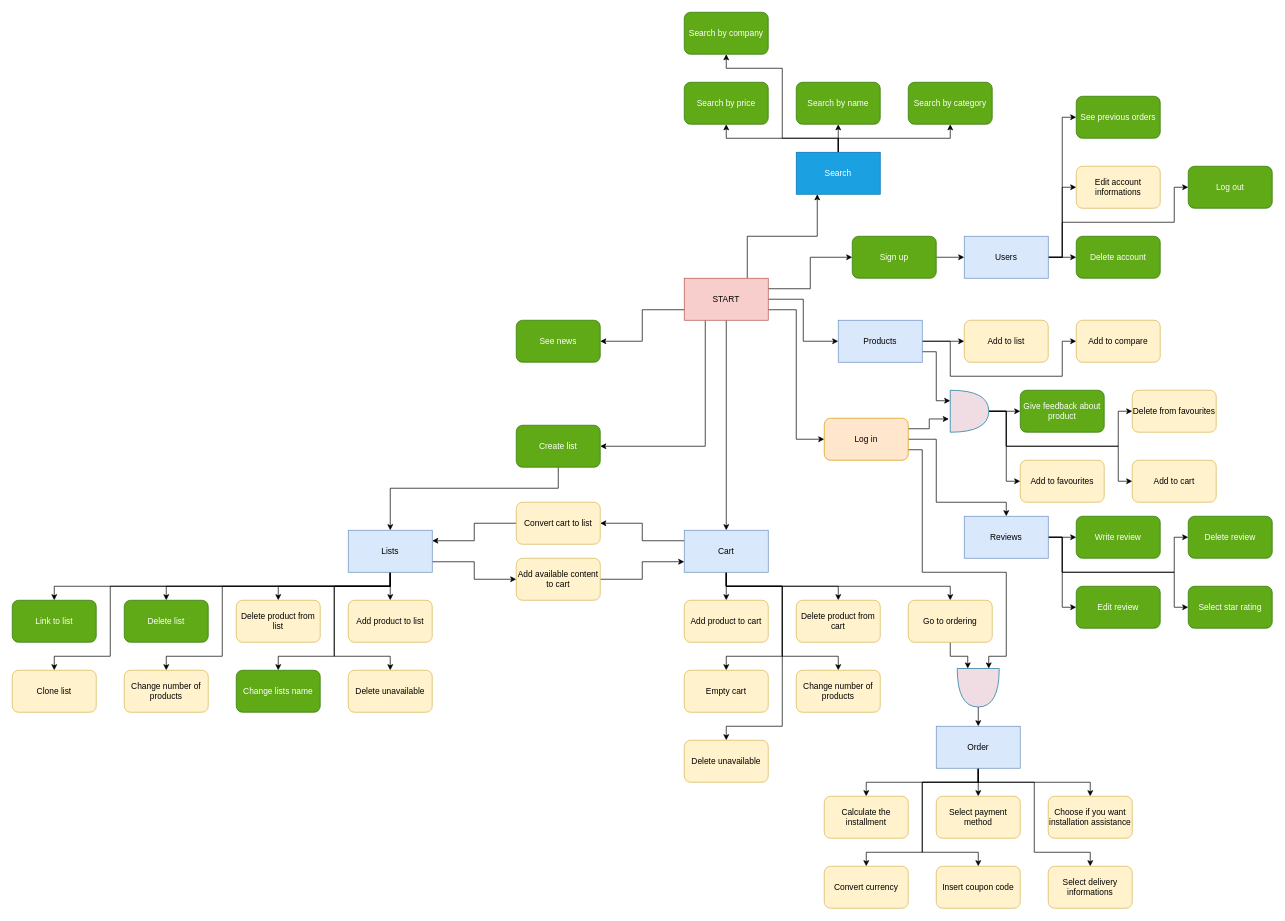
Above: Documentation/DrawioFiles/functionalitiesSchema.drawio in Rumi152/X-KOMdb (draw.io), before the change. Source tidied: cells renumbered, new cells numbered last; positions are measured from the earlier drawing's top-left corner, leaving out a move shared by most shapes. Both pictures are drawn from the tidied source at 70%, with x=0, y=0 at pixel (12, 12).
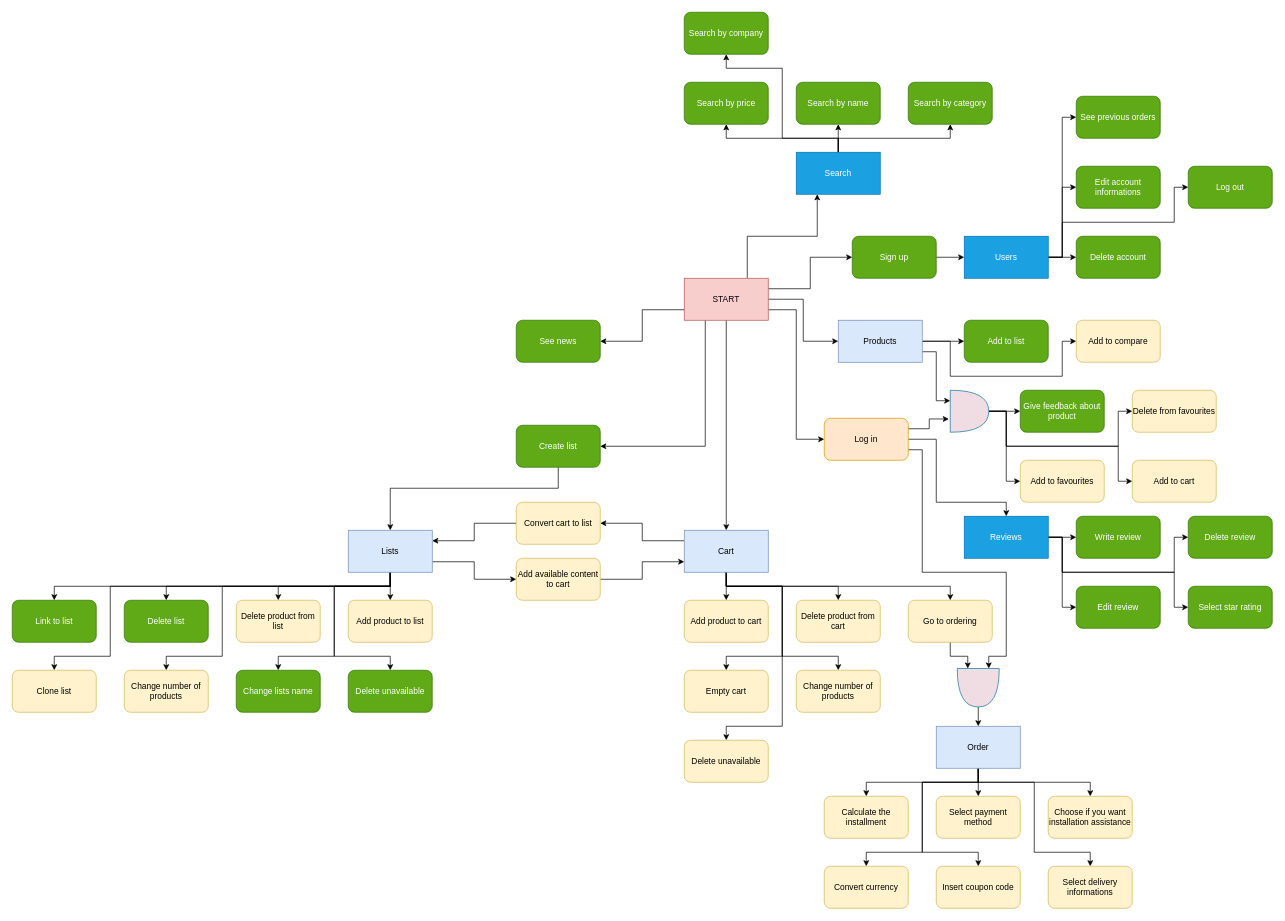
The same diagram, later.

Commit message (it also covers changes not shown here):
added editing user data

The edit, as a diff of the source:
```diff
@@
-    <mxCell id="49" value="Reviews" style="rounded=0;whiteSpace=wrap;html=1;fillColor=#dae8fc;strokeColor=#6c8ebf;fontColor=#000000;" parent="1" vertex="1">
+    <mxCell id="49" value="Reviews" style="rounded=0;whiteSpace=wrap;html=1;fillColor=#1ba1e2;strokeColor=#006EAF;fontColor=#ffffff;" parent="1" vertex="1">
       <mxGeometry x="1360" y="720" width="120" height="60" as="geometry" />
     </mxCell>
@@
-    <mxCell id="78" value="Users" style="rounded=0;whiteSpace=wrap;html=1;strokeColor=#6c8ebf;fontFamily=Helvetica;fontSize=12;fillColor=#dae8fc;fontColor=#000000;" parent="1" vertex="1">
+    <mxCell id="78" value="Users" style="rounded=0;whiteSpace=wrap;html=1;strokeColor=#006EAF;fontFamily=Helvetica;fontSize=12;fillColor=#1ba1e2;fontColor=#ffffff;" parent="1" vertex="1">
       <mxGeometry x="1360" y="320" width="120" height="60" as="geometry" />
     </mxCell>
@@
-    <mxCell id="86" value="Edit account informations" style="rounded=1;whiteSpace=wrap;html=1;strokeColor=#d6b656;fontFamily=Helvetica;fontSize=12;fontColor=#000000;fillColor=#fff2cc;" parent="1" vertex="1">
+    <mxCell id="86" value="Edit account informations" style="rounded=1;whiteSpace=wrap;html=1;strokeColor=#2D7600;fontFamily=Helvetica;fontSize=12;fontColor=#ffffff;fillColor=#60a917;" parent="1" vertex="1">
       <mxGeometry x="1520" y="220" width="120" height="60" as="geometry" />
     </mxCell>
@@
-    <mxCell id="92" value="Add to list" style="rounded=1;whiteSpace=wrap;html=1;strokeColor=#d6b656;fontFamily=Helvetica;fontSize=12;fontColor=#000000;fillColor=#fff2cc;" parent="1" vertex="1">
+    <mxCell id="92" value="Add to list" style="rounded=1;whiteSpace=wrap;html=1;strokeColor=#2D7600;fontFamily=Helvetica;fontSize=12;fontColor=#ffffff;fillColor=#60a917;" parent="1" vertex="1">
       <mxGeometry x="1360" y="440" width="120" height="60" as="geometry" />
     </mxCell>
@@
-    <mxCell id="108" value="Delete unavailable" style="rounded=1;whiteSpace=wrap;html=1;fillColor=#fff2cc;strokeColor=#d6b656;fontColor=#000000;" parent="1" vertex="1">
+    <mxCell id="108" value="Delete unavailable" style="rounded=1;whiteSpace=wrap;html=1;fillColor=#60a917;strokeColor=#2D7600;fontColor=#ffffff;" parent="1" vertex="1">
       <mxGeometry x="480" y="940" width="120" height="60" as="geometry" />
     </mxCell>
```
